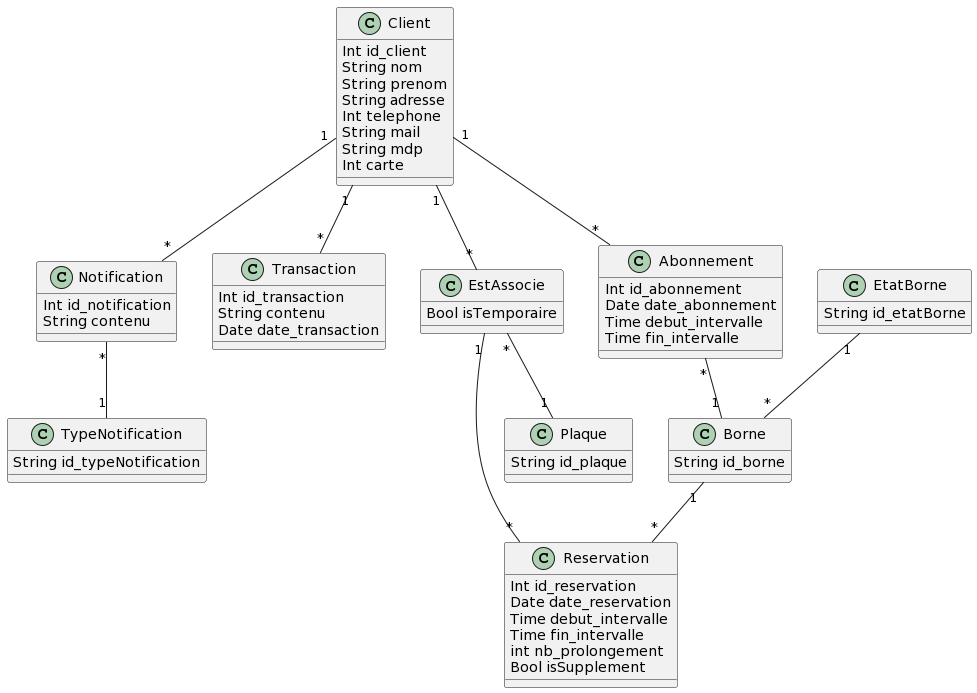
The PlantUML diagram src/main/resources/Diagramme de classe.png in Glarell/m1_miage_gl_projet, before a commit.
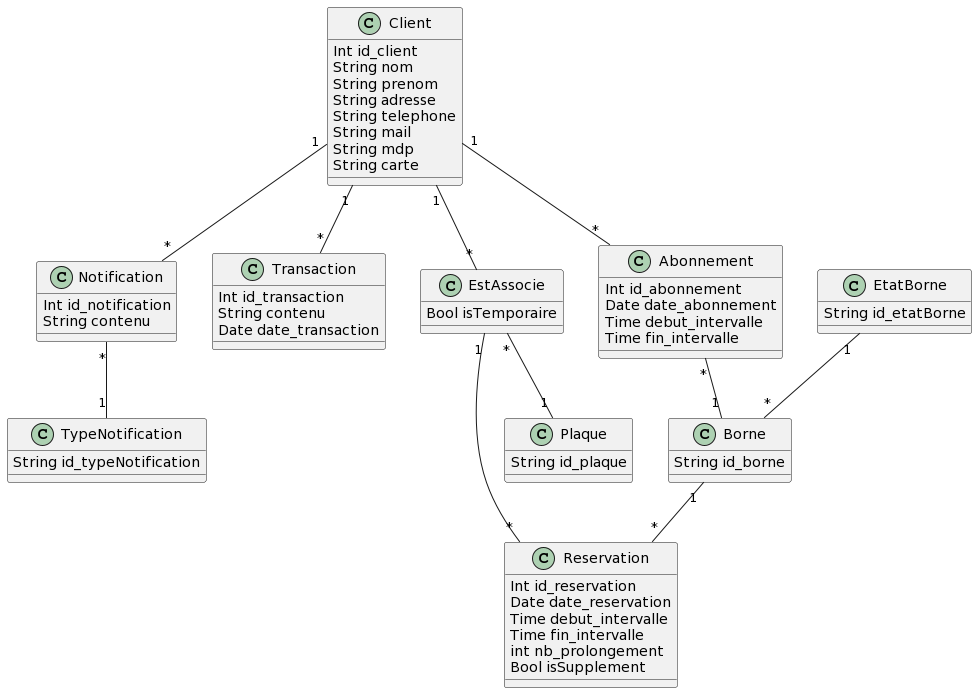
Above is the later version.

What changed in the source:
```diff
@@ -4,10 +4,10 @@
 String nom
 String prenom
 String adresse
-Int telephone
+String telephone
 String mail
 String mdp
-Int carte
+String carte
 }
 
 class Notification {
```
